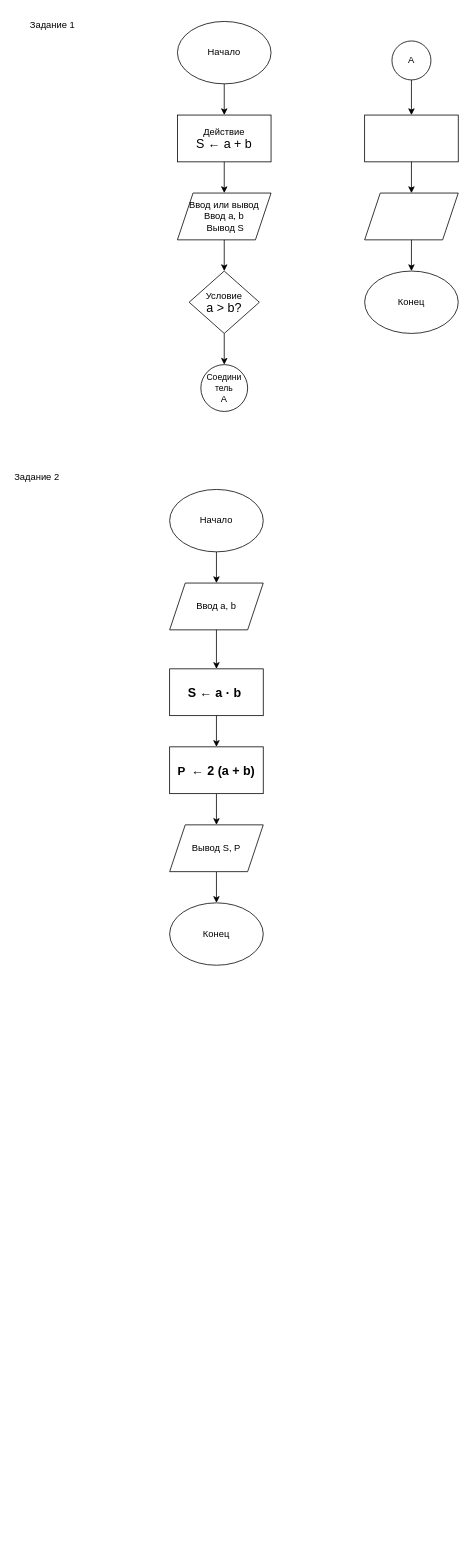
Before: 7 rpm/prakt7kaz.drawio in Amina1368/kazakbaeva-amina-software-modules, a draw.io diagram. Source tidied: cells renumbered, new cells numbered last; positions are measured from the earlier drawing's top-left corner, leaving out a move shared by most shapes. Both pictures are drawn from the tidied source at 78%, with x=0, y=0 at pixel (13, 13).
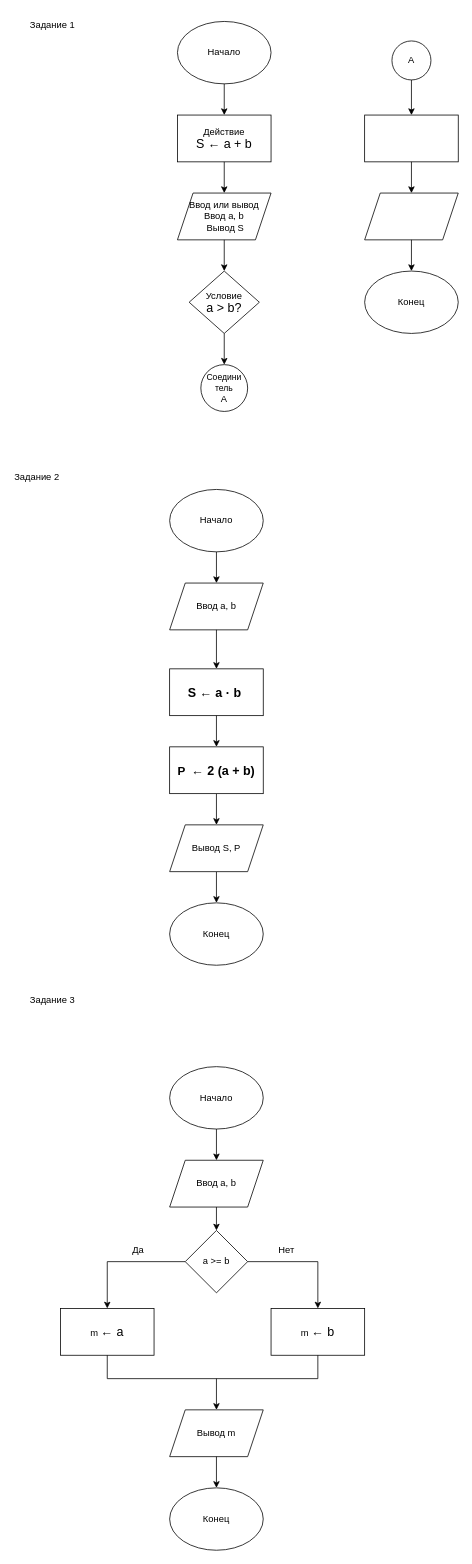
The same page after the edit.

Change to the diagram source:
```diff
@@
+    <mxCell id="31" value="Задание 3" style="text;html=1;whiteSpace=wrap;strokeColor=none;fillColor=none;align=center;verticalAlign=middle;rounded=0;" parent="1" vertex="1">
+      <mxGeometry x="20" y="1250" width="60" height="30" as="geometry" />
+    </mxCell>
+    <mxCell id="32" value="Начало" style="ellipse;whiteSpace=wrap;html=1;shapeInside=1;" parent="1" vertex="1">
+      <mxGeometry x="200" y="1350" width="120" height="80" as="geometry" />
+    </mxCell>
+    <mxCell id="33" value="&lt;br&gt;&lt;div&gt;Ввод а, b&lt;br&gt;&lt;br&gt;&lt;/div&gt;" style="shape=parallelogram;perimeter=parallelogramPerimeter;whiteSpace=wrap;html=1;shapeInside=1;fixedSize=1;" parent="1" vertex="1">
+      <mxGeometry x="200" y="1470" width="120" height="60" as="geometry" />
+    </mxCell>
+    <mxCell id="34" style="endArrow=classic;html=1;rounded=0;defaultLabelBackgroundColor=page;exitX=0.5;exitY=1;exitDx=0;exitDy=0;" parent="1" edge="1" source="32" target="33">
+      <mxGeometry relative="1" as="geometry" />
+    </mxCell>
+    <mxCell id="35" value="m&amp;nbsp;&lt;span style=&quot;font-size: 12pt; line-height: 17.12px;&quot;&gt;← a&lt;/span&gt;" style="rounded=0;whiteSpace=wrap;html=1;" parent="1" vertex="1">
+      <mxGeometry x="60" y="1660" width="120" height="60" as="geometry" />
+    </mxCell>
+    <mxCell id="36" value="а &amp;gt;= b" style="rhombus;whiteSpace=wrap;html=1;shapeInside=1;" parent="1" vertex="1">
+      <mxGeometry x="220" y="1560" width="80" height="80" as="geometry" />
+    </mxCell>
+    <mxCell id="37" value="Да" style="text;html=1;whiteSpace=wrap;strokeColor=none;fillColor=none;align=center;verticalAlign=middle;rounded=0;" parent="1" vertex="1">
+      <mxGeometry x="130" y="1570" width="60" height="30" as="geometry" />
+    </mxCell>
+    <mxCell id="38" value="Нет" style="text;html=1;whiteSpace=wrap;strokeColor=none;fillColor=none;align=center;verticalAlign=middle;rounded=0;" parent="1" vertex="1">
+      <mxGeometry x="320" y="1570" width="60" height="30" as="geometry" />
+    </mxCell>
+    <mxCell id="39" value="m&amp;nbsp;&lt;span style=&quot;font-size: 12pt; line-height: 17.12px;&quot;&gt;&lt;b&gt;←&lt;/b&gt;&amp;nbsp;b&lt;/span&gt;" style="rounded=0;whiteSpace=wrap;html=1;" parent="1" vertex="1">
+      <mxGeometry x="330" y="1660" width="120" height="60" as="geometry" />
+    </mxCell>
+    <mxCell id="40" value="Вывод m" style="shape=parallelogram;perimeter=parallelogramPerimeter;whiteSpace=wrap;html=1;shapeInside=1;fixedSize=1;" parent="1" vertex="1">
+      <mxGeometry x="200" y="1790" width="120" height="60" as="geometry" />
+    </mxCell>
+    <mxCell id="41" value="Конец" style="ellipse;whiteSpace=wrap;html=1;shapeInside=1;" parent="1" vertex="1">
+      <mxGeometry x="200" y="1890" width="120" height="80" as="geometry" />
+    </mxCell>
+    <mxCell id="42" style="endArrow=classic;html=1;rounded=0;entryX=0.5;entryY=0;entryDx=0;entryDy=0;exitX=0.5;exitY=1;exitDx=0;exitDy=0;" parent="1" edge="1" source="33" target="36">
+      <mxGeometry relative="1" as="geometry" />
+    </mxCell>
+    <mxCell id="43" style="endArrow=classic;html=1;rounded=0;entryX=0.5;entryY=0;entryDx=0;entryDy=0;exitX=0;exitY=0.5;exitDx=0;exitDy=0;" parent="1" edge="1" source="36" target="35">
+      <mxGeometry relative="1" as="geometry">
+        <Array as="points">
+          <mxPoint x="120" y="1600" />
+        </Array>
+      </mxGeometry>
+    </mxCell>
+    <mxCell id="44" style="endArrow=classic;html=1;rounded=0;entryX=0.5;entryY=0;entryDx=0;entryDy=0;" parent="1" edge="1" source="36" target="39">
+      <mxGeometry relative="1" as="geometry">
+        <Array as="points">
+          <mxPoint x="390" y="1600" />
+        </Array>
+      </mxGeometry>
+    </mxCell>
+    <mxCell id="45" style="endArrow=none;html=1;rounded=0;entryX=0.5;entryY=1;entryDx=0;entryDy=0;exitX=0.5;exitY=1;exitDx=0;exitDy=0;" parent="1" edge="1" source="35" target="39">
+      <mxGeometry relative="1" as="geometry">
+        <Array as="points">
+          <mxPoint x="120" y="1750" />
+          <mxPoint x="390" y="1750" />
+        </Array>
+      </mxGeometry>
+    </mxCell>
+    <mxCell id="46" style="endArrow=classic;html=1;rounded=0;entryX=0.5;entryY=0;entryDx=0;entryDy=0;" parent="1" edge="1" target="40">
+      <mxGeometry relative="1" as="geometry">
+        <mxPoint x="260" y="1750" as="sourcePoint" />
+      </mxGeometry>
+    </mxCell>
+    <mxCell id="47" style="endArrow=classic;html=1;rounded=0;entryX=0.5;entryY=0;entryDx=0;entryDy=0;exitX=0.5;exitY=1;exitDx=0;exitDy=0;" parent="1" edge="1" source="40" target="41">
+      <mxGeometry relative="1" as="geometry" />
+    </mxCell>
```
